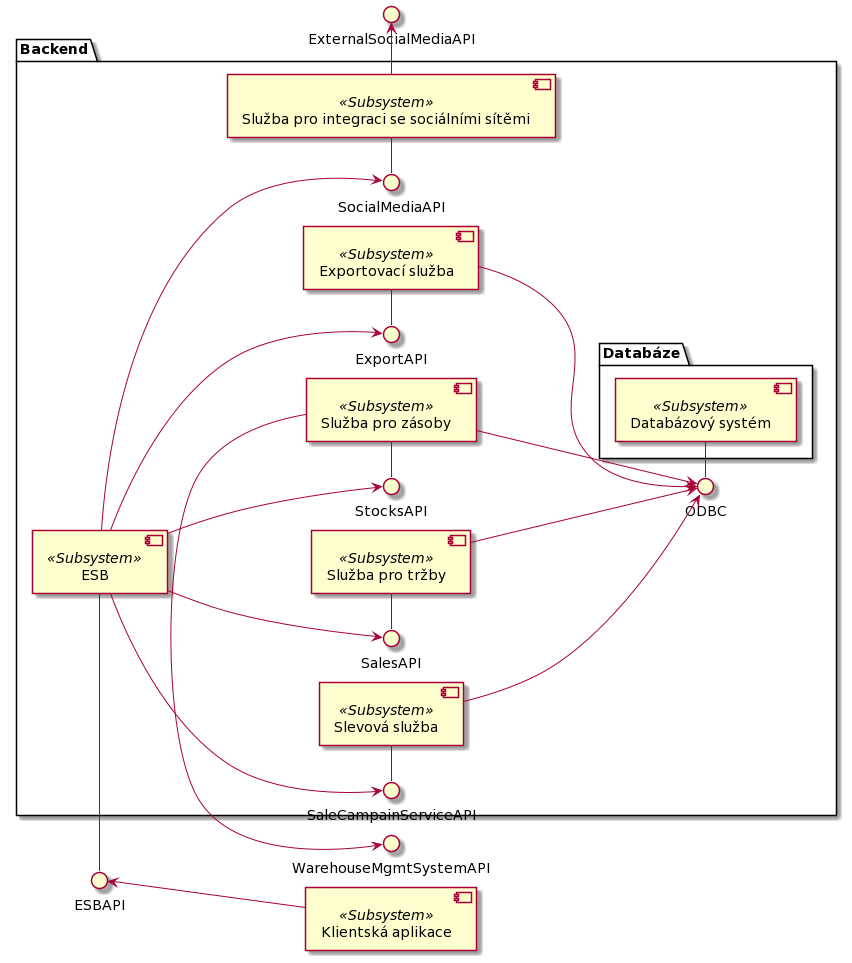
Above: dokumentace architektury/architektura 1/assets/prodejni_system_component_diagram.png in MichalMoudry/4IT575-seminarni-prace (PlantUML), before the change.
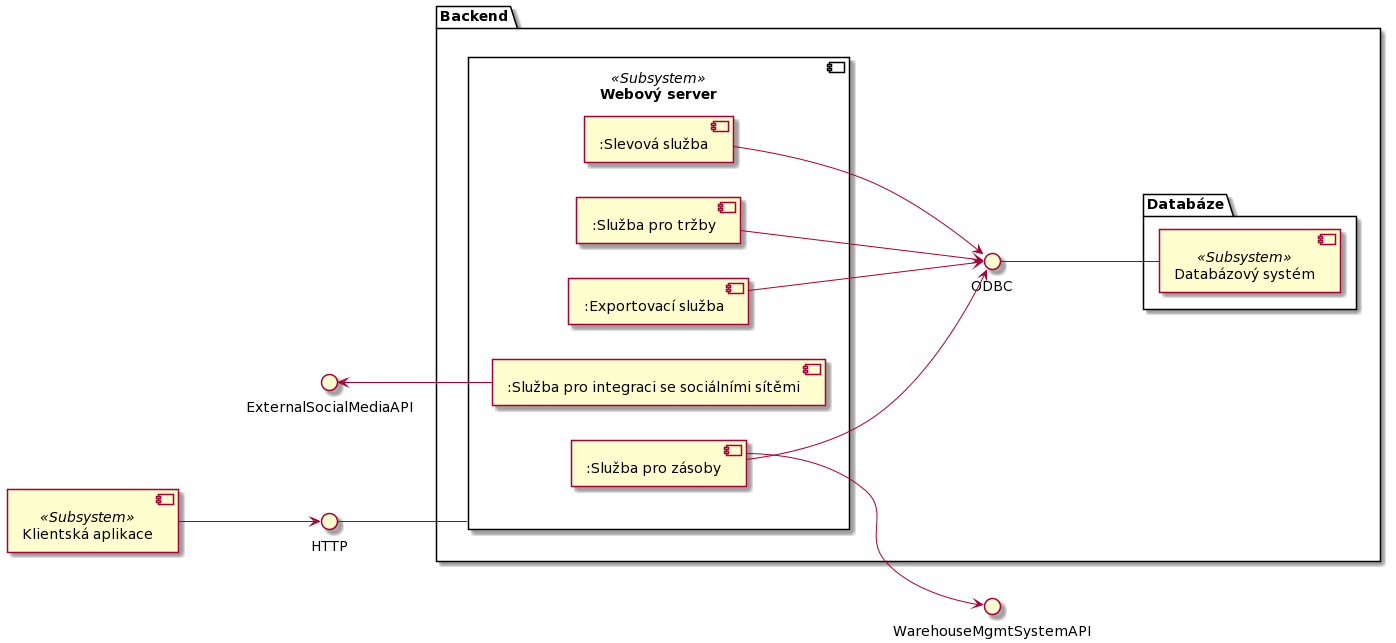
The same diagram one commit later.

Commit message:
Updated components view

Diff of the diagram source:
```diff
@@ -5,17 +5,19 @@
 
 package Backend {
 
-component ESB <<Subsystem>>
+component "Webový server" as webServer <<Subsystem>> {
 
-component "Slevová služba" as SaleCampainService <<Subsystem>>
+component ":Slevová služba" as SaleCampainService
 
-component "Služba pro tržby" as SalesService <<Subsystem>>
+component ":Služba pro tržby" as SalesService
 
-component "Služba pro zásoby" as StocksService <<Subsystem>>
+component ":Exportovací služba" as ExportService
 
-component "Exportovací služba" as ExportService <<Subsystem>>
+component ":Služba pro integraci se sociálními sítěmi" as SocialMediaService
 
-component "Služba pro integraci se sociálními sítěmi" as SocialMediaService <<Subsystem>>
+component ":Služba pro zásoby" as StocksService
+
+}
 
 package Databáze {
 
@@ -23,27 +25,7 @@
 
 }
 
-ODBC - DbS
-
-SaleCampainServiceAPI - SaleCampainService
-
-SalesAPI - SalesService
-
-StocksAPI - StocksService
-
-ExportAPI - ExportService
-
-SocialMediaAPI - SocialMediaService
-
-ESB --> SaleCampainServiceAPI
-
-ESB --> SalesAPI
-
-ESB --> StocksAPI
-
-ESB --> ExportAPI
-
-ESB --> SocialMediaAPI
+ODBC -- DbS
 
 SaleCampainService --> ODBC
 
@@ -55,11 +37,11 @@
 
 }
 
-ESBAPI - ESB
+HTTP -- webServer
 
-SocialMediaService -right-> ExternalSocialMediaAPI
+client --> HTTP
 
-StocksService -left-> WarehouseMgmtSystemAPI
+SocialMediaService -up-> ExternalSocialMediaAPI
 
-client -up-> ESBAPI
+StocksService --> WarehouseMgmtSystemAPI
 @enduml
```
